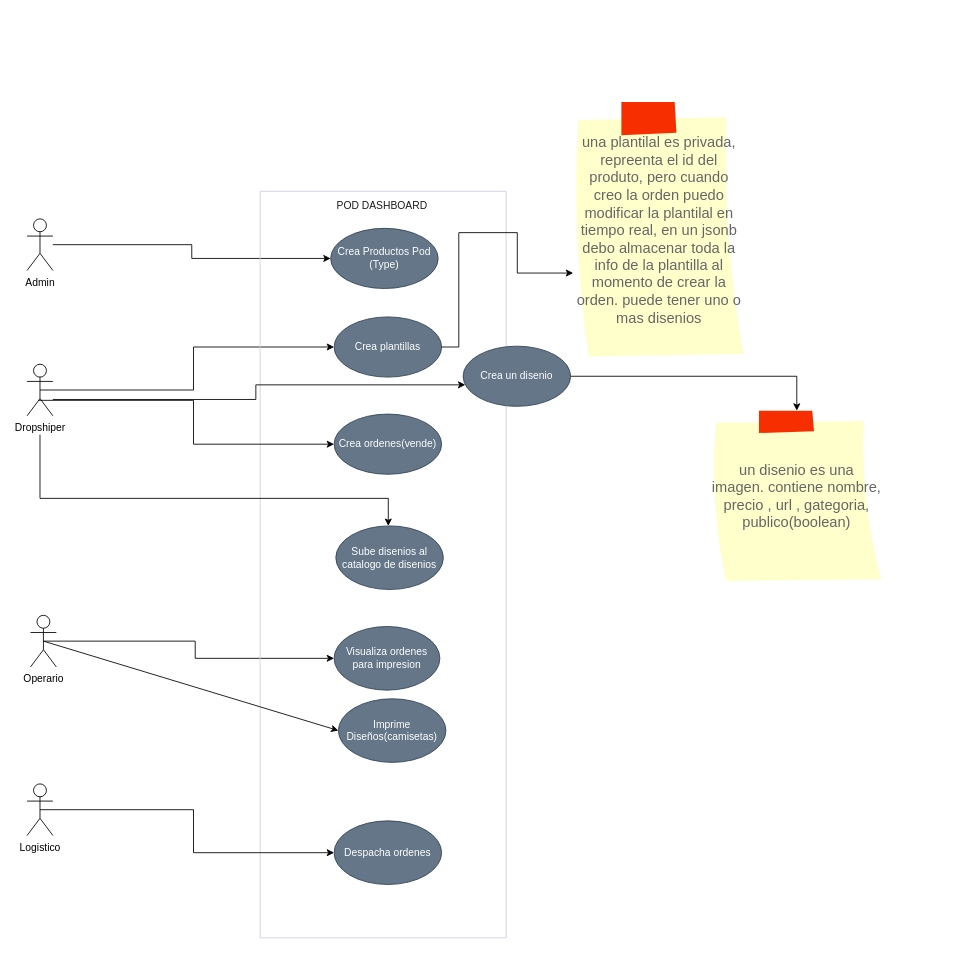
Before: page "CASOS DE USO" (3 of 8) of diagrams/MER-pod.drawio in jhaineymilevis/pod, a draw.io diagram. Source tidied: cells renumbered, new cells numbered last; positions are measured from the earlier drawing's top-left corner, leaving out a move shared by most shapes. Both pictures are drawn from the tidied source at 86%, with x=0, y=0 at pixel (27, 101).
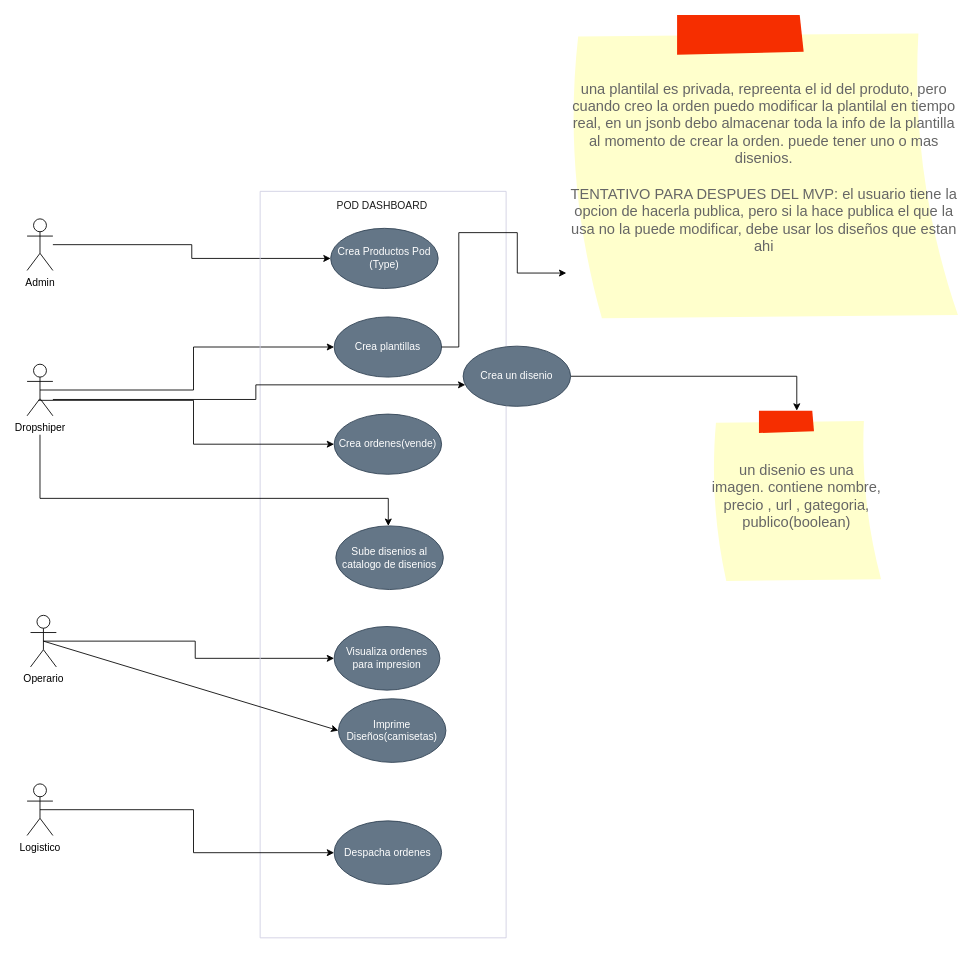
The same page after the edit.

What changed in the source:
```diff
@@
-    <mxCell id="26" value="una plantilal es privada, repreenta el id del produto, pero cuando creo la orden puedo modificar la plantilal en tiempo real, en un jsonb debo almacenar toda la info de la plantilla al momento de crear la orden. puede tener uno o mas disenios" style="strokeWidth=1;shadow=0;dashed=0;align=center;html=1;shape=mxgraph.mockup.text.stickyNote2;fontColor=#666666;mainText=;fontSize=17;whiteSpace=wrap;fillColor=#ffffcc;strokeColor=#F62E00;" parent="1" vertex="1">
-      <mxGeometry x="635" width="200" height="299" as="geometry" />
+    <mxCell id="26" value="una plantilal es privada, repreenta el id del produto, pero cuando creo la orden puedo modificar la plantilal en tiempo real, en un jsonb debo almacenar toda la info de la plantilla al momento de crear la orden. puede tener uno o mas disenios.&lt;div&gt;&lt;br&gt;&lt;/div&gt;&lt;div&gt;TENTATIVO PARA DESPUES DEL MVP: el usuario tiene la opcion de hacerla publica, pero si la hace publica el que la usa no la puede modificar, debe usar los diseños que estan ahi&lt;/div&gt;" style="strokeWidth=1;shadow=0;dashed=0;align=center;html=1;shape=mxgraph.mockup.text.stickyNote2;fontColor=#666666;mainText=;fontSize=17;whiteSpace=wrap;fillColor=#ffffcc;strokeColor=#F62E00;" parent="1" vertex="1">
+      <mxGeometry x="627" y="-101" width="460" height="356" as="geometry" />
     </mxCell>
```
